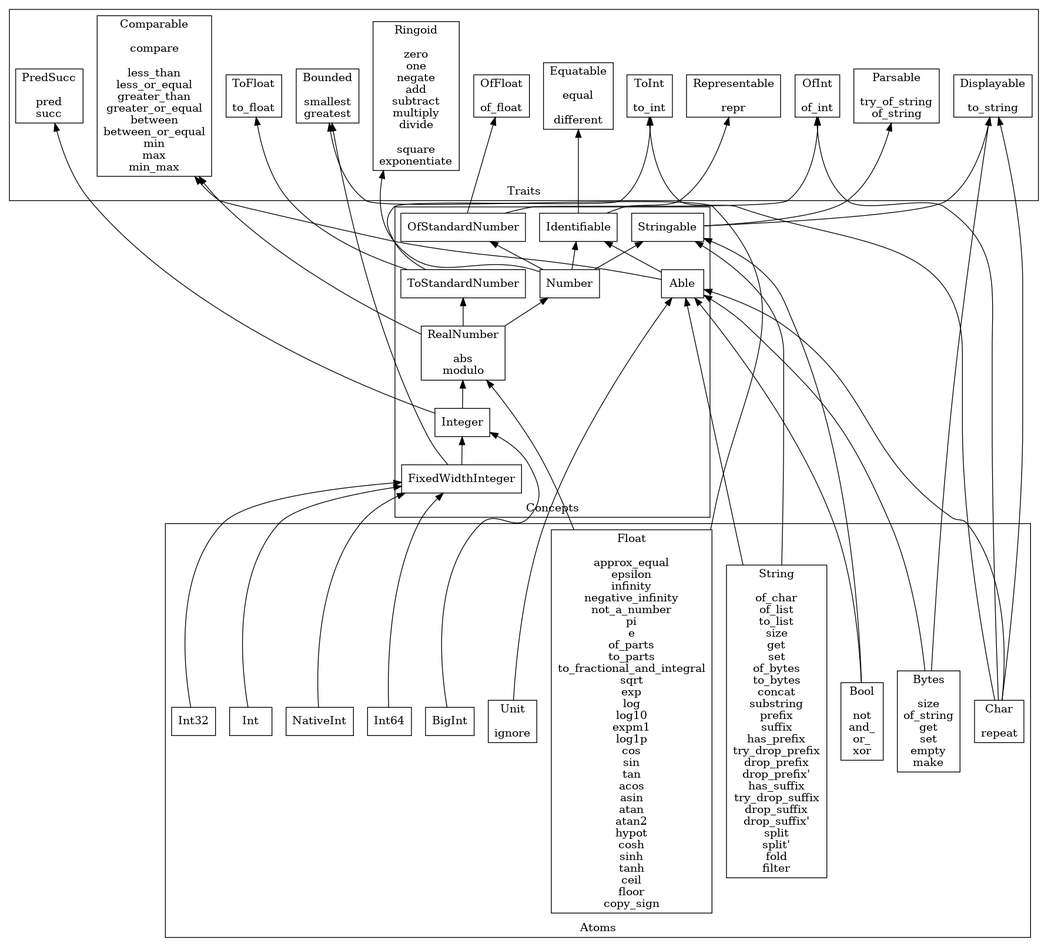
Earlier version of the Graphviz export docs/Facets.png (jacquev6/General). Its source is kept beside it as src/Generated/Facets.dot.
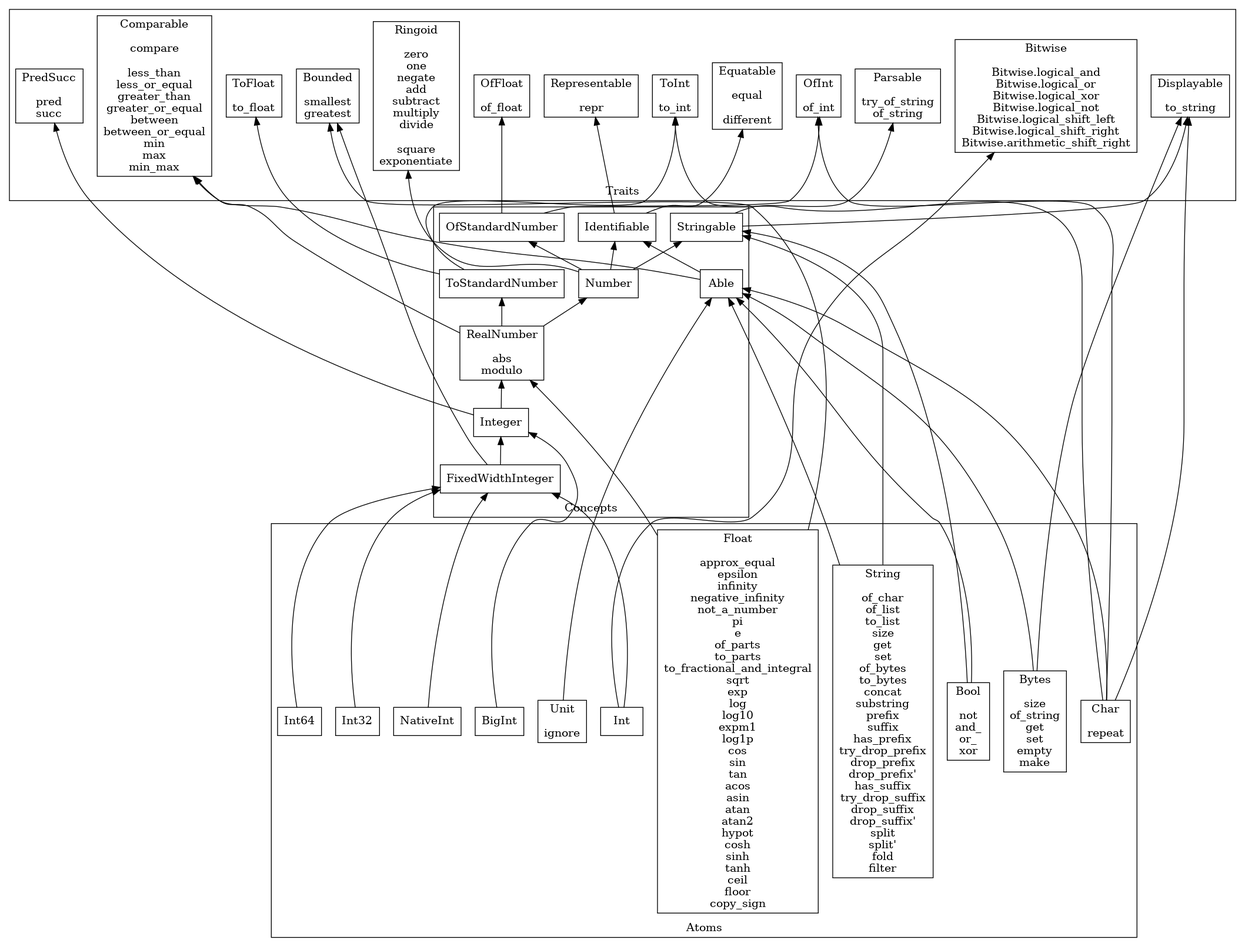
Later version of the same file.

Diff of the diagram source:
```diff
@@ -15,6 +15,7 @@
     tofloat [label="ToFloat\n\nto_float"];
     predsucc [label="PredSucc\n\npred\nsucc"];
     bounded [label="Bounded\n\nsmallest\ngreatest"];
+    bitwise [label="Bitwise\n\nBitwise.logical_and\nBitwise.logical_or\nBitwise.logical_xor\nBitwise.logical_not\nBitwise.logical_shift_left\nBitwise.logical_shift_right\nBitwise.arithmetic_shift_right"];
   }
   subgraph cluster_Concepts {
     label="Concepts";
@@ -71,6 +72,7 @@
   char -> ofint
   char -> toint
   int -> fixedwidthinteger
+  int -> bitwise
   int32 -> fixedwidthinteger
   int64 -> fixedwidthinteger
   nativeint -> fixedwidthinteger
```
